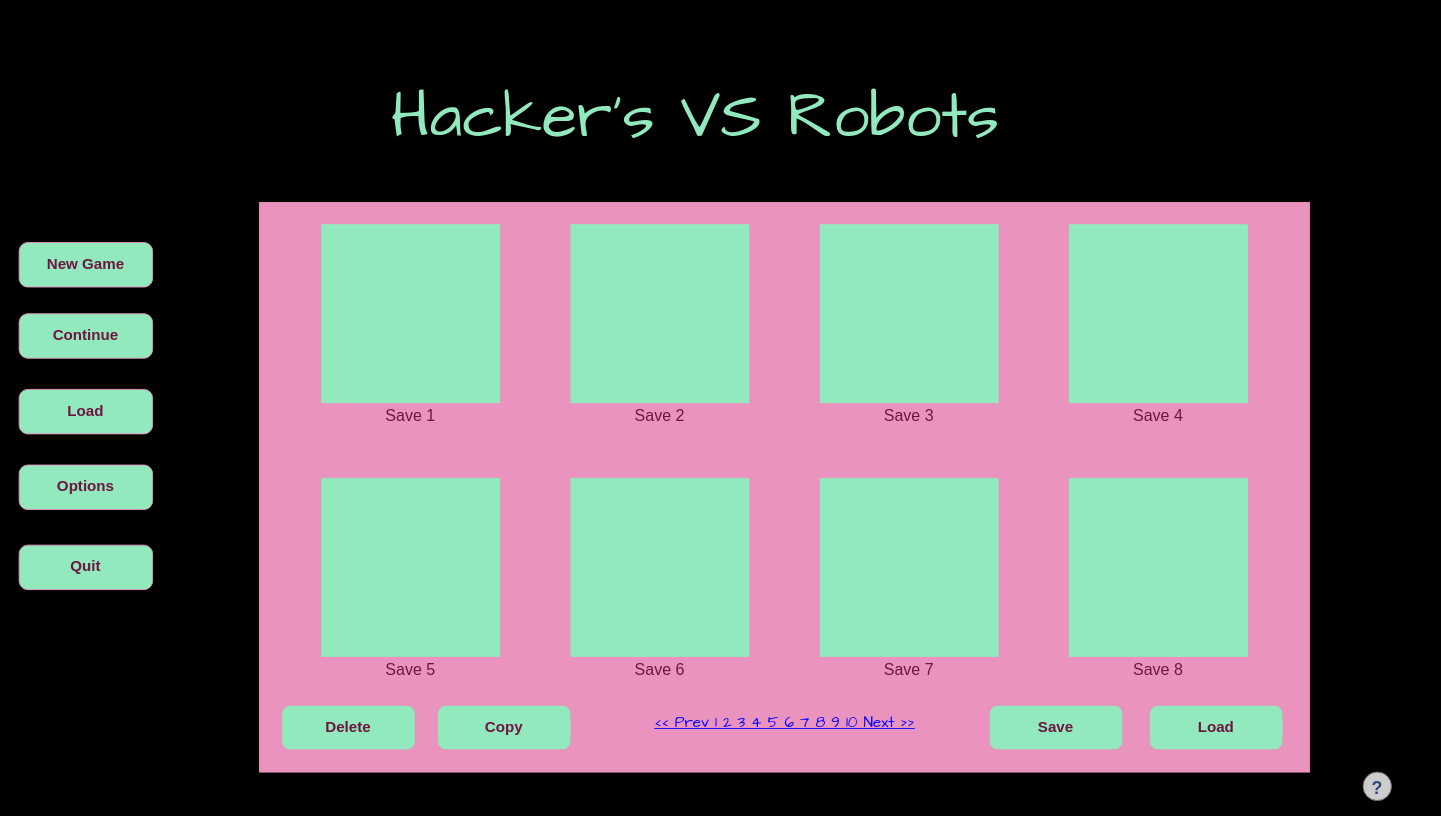
Above: page "Save Menu" (2 of 5) of Informational Technology (Game Design)/Part 2/Cluster - UI Production/Build graphical user interfaces/GUI Design By Richard.drawio in Stampard0/Assessments (draw.io), before the change. Source tidied: cells renumbered, new cells numbered last; positions are measured from the earlier drawing's top-left corner, leaving out a move shared by most shapes. Both pictures are drawn from the tidied source at 89%, with x=0, y=0 at pixel (19, 60).
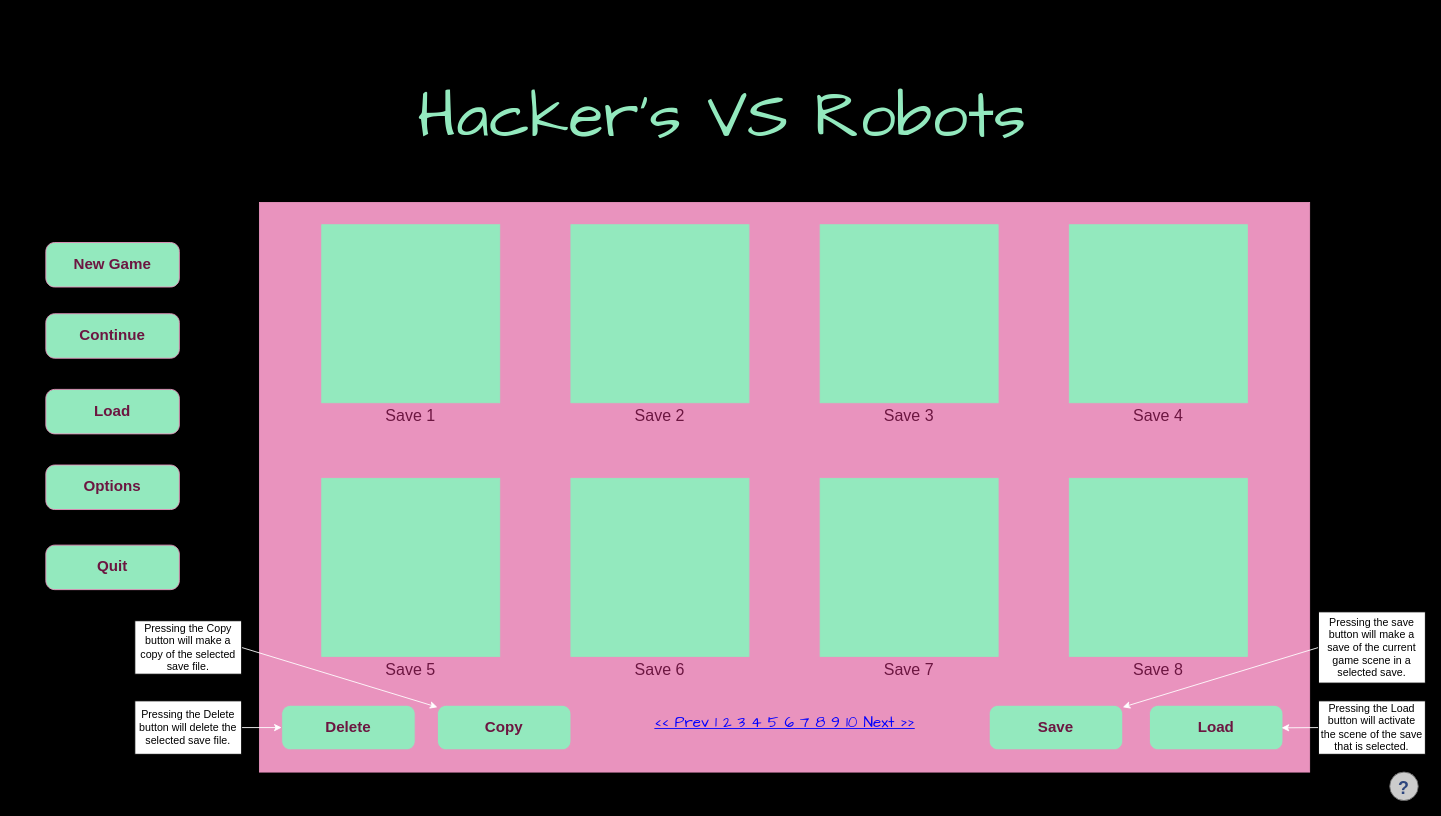
After the change.

Unchanged cells that the change refers to:
```xml
<mxCell id="27" value="&lt;font color=&quot;#6c1641&quot;&gt;Delete&lt;/font&gt;" style="strokeWidth=1;shadow=0;dashed=0;align=center;html=1;shape=mxgraph.mockup.buttons.button;strokeColor=#E993BE;fontColor=#ffffff;mainText=;buttonStyle=round;fontSize=17;fontStyle=1;fillColor=#93E9BE;whiteSpace=wrap;" parent="1" vertex="1">
  <mxGeometry x="295" y="725" width="150" height="50" as="geometry" />
</mxCell>
<mxCell id="28" value="&lt;font color=&quot;#6c1641&quot;&gt;Copy&lt;/font&gt;" style="strokeWidth=1;shadow=0;dashed=0;align=center;html=1;shape=mxgraph.mockup.buttons.button;strokeColor=#E993BE;fontColor=#ffffff;mainText=;buttonStyle=round;fontSize=17;fontStyle=1;fillColor=#93E9BE;whiteSpace=wrap;" parent="1" vertex="1">
  <mxGeometry x="470" y="725" width="150" height="50" as="geometry" />
</mxCell>
<mxCell id="29" value="&lt;font color=&quot;#6c1641&quot;&gt;Load&lt;/font&gt;" style="strokeWidth=1;shadow=0;dashed=0;align=center;html=1;shape=mxgraph.mockup.buttons.button;strokeColor=#E993BE;fontColor=#ffffff;mainText=;buttonStyle=round;fontSize=17;fontStyle=1;fillColor=#93E9BE;whiteSpace=wrap;" parent="1" vertex="1">
  <mxGeometry x="1270" y="725" width="150" height="50" as="geometry" />
</mxCell>
<mxCell id="30" value="&lt;font color=&quot;#6c1641&quot;&gt;Save&lt;/font&gt;" style="strokeWidth=1;shadow=0;dashed=0;align=center;html=1;shape=mxgraph.mockup.buttons.button;strokeColor=#E993BE;fontColor=#ffffff;mainText=;buttonStyle=round;fontSize=17;fontStyle=1;fillColor=#93E9BE;whiteSpace=wrap;" parent="1" vertex="1">
  <mxGeometry x="1090" y="725" width="150" height="50" as="geometry" />
</mxCell>
```

What changed in the source:
```diff
@@
     <mxCell id="3" style="verticalLabelPosition=bottom;shadow=0;dashed=0;align=center;html=1;verticalAlign=top;strokeWidth=1;shape=mxgraph.mockup.misc.help_icon;" parent="1" vertex="1">
-      <mxGeometry x="1510" y="800" width="32" height="32" as="geometry" />
+      <mxGeometry x="1540" y="800" width="32" height="32" as="geometry" />
     </mxCell>
     <mxCell id="4" value="&lt;p style=&quot;text-align: justify;&quot;&gt;&lt;span style=&quot;font-family: &amp;quot;Comic Sans MS&amp;quot;; font-size: 72px; font-style: normal; font-variant-ligatures: normal; font-variant-caps: normal; font-weight: 400; letter-spacing: normal; orphans: 2; text-align: center; text-indent: 0px; text-transform: none; widows: 2; word-spacing: 0px; -webkit-text-stroke-width: 0px; text-decoration-thickness: initial; text-decoration-style: initial; text-decoration-color: initial; float: none; display: inline !important;&quot;&gt;&lt;font color=&quot;#93e9be&quot;&gt;Hacker's VS Robots&lt;/font&gt;&lt;/span&gt;&lt;/p&gt;" style="text;html=1;strokeColor=none;fillColor=none;align=center;verticalAlign=middle;whiteSpace=wrap;rounded=0;fontFamily=Comic Sans MS;fontSize=72;rotation=0;" parent="1" vertex="1">
-      <mxGeometry x="410" width="700" height="130" as="geometry" />
+      <mxGeometry x="440" width="700" height="130" as="geometry" />
     </mxCell>
     <mxCell id="5" value="&lt;font color=&quot;#6c1641&quot;&gt;Options&lt;/font&gt;" style="strokeWidth=1;shadow=0;dashed=0;align=center;html=1;shape=mxgraph.mockup.buttons.button;strokeColor=#E993BE;fontColor=#ffffff;mainText=;buttonStyle=round;fontSize=17;fontStyle=1;fillColor=#93E9BE;whiteSpace=wrap;" parent="1" vertex="1">
-      <mxGeometry y="455" width="150" height="50" as="geometry" />
+      <mxGeometry x="30" y="455" width="150" height="50" as="geometry" />
     </mxCell>
     <mxCell id="6" value="&lt;font color=&quot;#6c1641&quot;&gt;Load&lt;/font&gt;" style="strokeWidth=1;shadow=0;dashed=0;align=center;html=1;shape=mxgraph.mockup.buttons.button;strokeColor=#E993BE;fontColor=#ffffff;mainText=;buttonStyle=round;fontSize=17;fontStyle=1;fillColor=#93E9BE;whiteSpace=wrap;" parent="1" vertex="1">
-      <mxGeometry y="370" width="150" height="50" as="geometry" />
+      <mxGeometry x="30" y="370" width="150" height="50" as="geometry" />
     </mxCell>
     <mxCell id="7" value="&lt;font color=&quot;#6c1641&quot;&gt;Continue&lt;/font&gt;" style="strokeWidth=1;shadow=1;dashed=0;align=center;html=1;shape=mxgraph.mockup.buttons.button;strokeColor=#E993BE;fontColor=#ffffff;mainText=;buttonStyle=round;fontSize=17;fontStyle=1;fillColor=#93E9BE;whiteSpace=wrap;" parent="1" vertex="1">
-      <mxGeometry y="285" width="150" height="50" as="geometry" />
+      <mxGeometry x="30" y="285" width="150" height="50" as="geometry" />
     </mxCell>
     <mxCell id="8" value="&lt;font color=&quot;#6c1641&quot;&gt;New Game&lt;/font&gt;" style="strokeWidth=1;shadow=0;dashed=0;align=center;html=1;shape=mxgraph.mockup.buttons.button;strokeColor=#E993BE;fontColor=#ffffff;mainText=;buttonStyle=round;fontSize=17;fontStyle=1;fillColor=#93E9BE;whiteSpace=wrap;" parent="1" vertex="1">
-      <mxGeometry y="205" width="150" height="50" as="geometry" />
+      <mxGeometry x="30" y="205" width="150" height="50" as="geometry" />
     </mxCell>
     <mxCell id="9" value="&lt;font color=&quot;#6c1641&quot;&gt;Quit&lt;/font&gt;" style="strokeWidth=1;shadow=0;dashed=0;align=center;html=1;shape=mxgraph.mockup.buttons.button;strokeColor=#E993BE;fontColor=#ffffff;mainText=;buttonStyle=round;fontSize=17;fontStyle=1;fillColor=#93E9BE;whiteSpace=wrap;" parent="1" vertex="1">
-      <mxGeometry y="545" width="150" height="50" as="geometry" />
+      <mxGeometry x="30" y="545" width="150" height="50" as="geometry" />
     </mxCell>
@@
+    <mxCell id="31" style="rounded=0;jettySize=auto;html=1;exitX=1;exitY=0.5;exitDx=0;exitDy=0;strokeColor=#FFFFFF;fillColor=#FFFFFF;" parent="1" edge="1" source="32" target="27">
+      <mxGeometry relative="1" as="geometry" />
+    </mxCell>
+    <mxCell id="32" value="Pressing the Delete button will delete the selected save file." style="rounded=0;whiteSpace=wrap;html=1;" parent="1" vertex="1">
+      <mxGeometry x="130" y="720" width="120" height="60" as="geometry" />
+    </mxCell>
+    <mxCell id="33" style="rounded=0;jettySize=auto;html=1;exitX=1;exitY=0.5;exitDx=0;exitDy=0;strokeColor=#FFFFFF;fillColor=#FFFFFF;" parent="1" edge="1" source="34" target="28">
+      <mxGeometry relative="1" as="geometry" />
+    </mxCell>
+    <mxCell id="34" value="Pressing the Copy button will make a copy of the selected save file." style="rounded=0;whiteSpace=wrap;html=1;" parent="1" vertex="1">
+      <mxGeometry x="130" y="630" width="120" height="60" as="geometry" />
+    </mxCell>
+    <mxCell id="35" style="edgeStyle=none;rounded=0;jettySize=auto;html=1;exitX=0;exitY=0.5;exitDx=0;exitDy=0;entryX=0.99;entryY=0.506;entryDx=0;entryDy=0;entryPerimeter=0;strokeColor=#FFFFFF;fillColor=#FFFFFF;" parent="1" edge="1" source="36" target="29">
+      <mxGeometry relative="1" as="geometry" />
+    </mxCell>
+    <mxCell id="36" value="Pressing the Load button will activate the scene of the save that is selected." style="rounded=0;whiteSpace=wrap;html=1;" parent="1" vertex="1">
+      <mxGeometry x="1460" y="720" width="120" height="60" as="geometry" />
+    </mxCell>
+    <mxCell id="37" style="edgeStyle=none;rounded=0;jettySize=auto;html=1;exitX=0;exitY=0.5;exitDx=0;exitDy=0;strokeColor=#FFFFFF;fillColor=#FFFFFF;" parent="1" edge="1" source="38" target="30">
+      <mxGeometry relative="1" as="geometry" />
+    </mxCell>
+    <mxCell id="38" value="Pressing the save button will make a save of the current game scene in a selected save." style="rounded=0;whiteSpace=wrap;html=1;" parent="1" vertex="1">
+      <mxGeometry x="1460" y="620" width="120" height="80" as="geometry" />
+    </mxCell>
```
